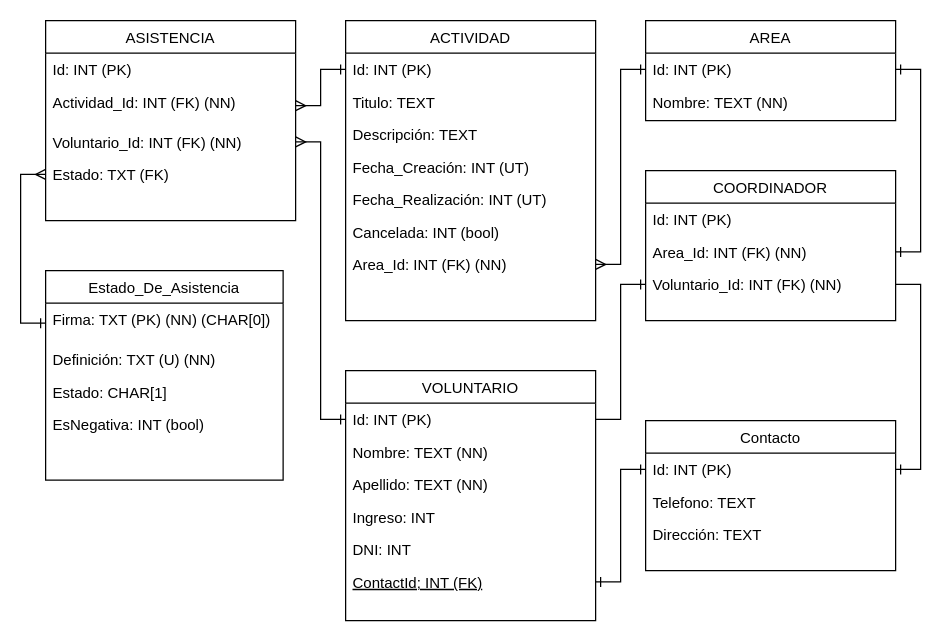
Above: dragrama-fisico.drawio in DDamianoff/Scavenger-Oversight (draw.io), before the change. Source tidied: cells renumbered, new cells numbered last; positions are measured from the earlier drawing's top-left corner, leaving out a move shared by most shapes. Both pictures are drawn from the tidied source at 125%, with x=0, y=0 at pixel (45, 20).
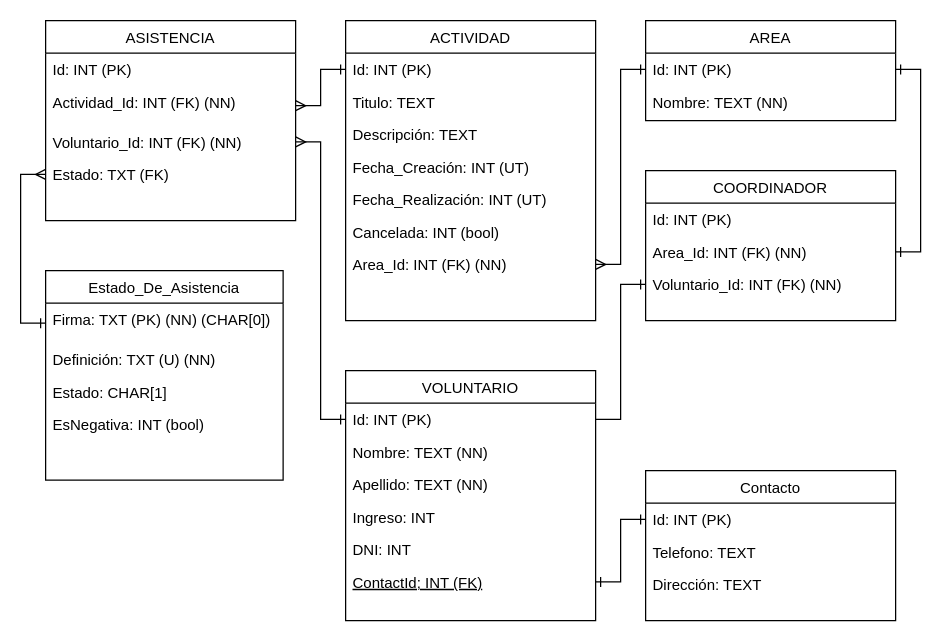
The same diagram, later.

Commit message:
error en el dragrama

The change refers to these unchanged cells:
```xml
<mxCell id="10" value="Id: INT (PK)" style="text;align=left;verticalAlign=top;spacingLeft=4;spacingRight=4;overflow=hidden;points=[[0,0.5],[1,0.5]];portConstraint=eastwest;" parent="9" vertex="1">
  <mxGeometry y="26" width="200" height="26" as="geometry" />
</mxCell>
<mxCell id="32" value="Voluntario_Id: INT (FK) (NN)" style="text;align=left;verticalAlign=top;spacingLeft=4;spacingRight=4;overflow=hidden;points=[[0,0.5],[1,0.5]];portConstraint=eastwest;" parent="29" vertex="1">
  <mxGeometry y="78" width="200" height="26" as="geometry" />
</mxCell>
```

The edit, as a diff of the source:
```diff
@@
     <mxCell id="9" value="Contacto" style="swimlane;fontStyle=0;align=center;verticalAlign=top;horizontal=1;startSize=26;rounded=0;shadow=0;strokeWidth=1;" parent="1" vertex="1">
-      <mxGeometry x="480" y="320" width="200" height="120" as="geometry" />
+      <mxGeometry x="480" y="360" width="200" height="120" as="geometry" />
     </mxCell>
@@
-    <mxCell id="39" style="edgeStyle=orthogonalEdgeStyle;rounded=0;jettySize=auto;html=1;exitX=1;exitY=0.5;exitDx=0;exitDy=0;entryX=1;entryY=0.5;entryDx=0;entryDy=0;startArrow=none;startFill=0;endArrow=ERone;endFill=0;" parent="1" edge="1" source="32" target="10">
-      <mxGeometry relative="1" as="geometry" />
-    </mxCell>
```
